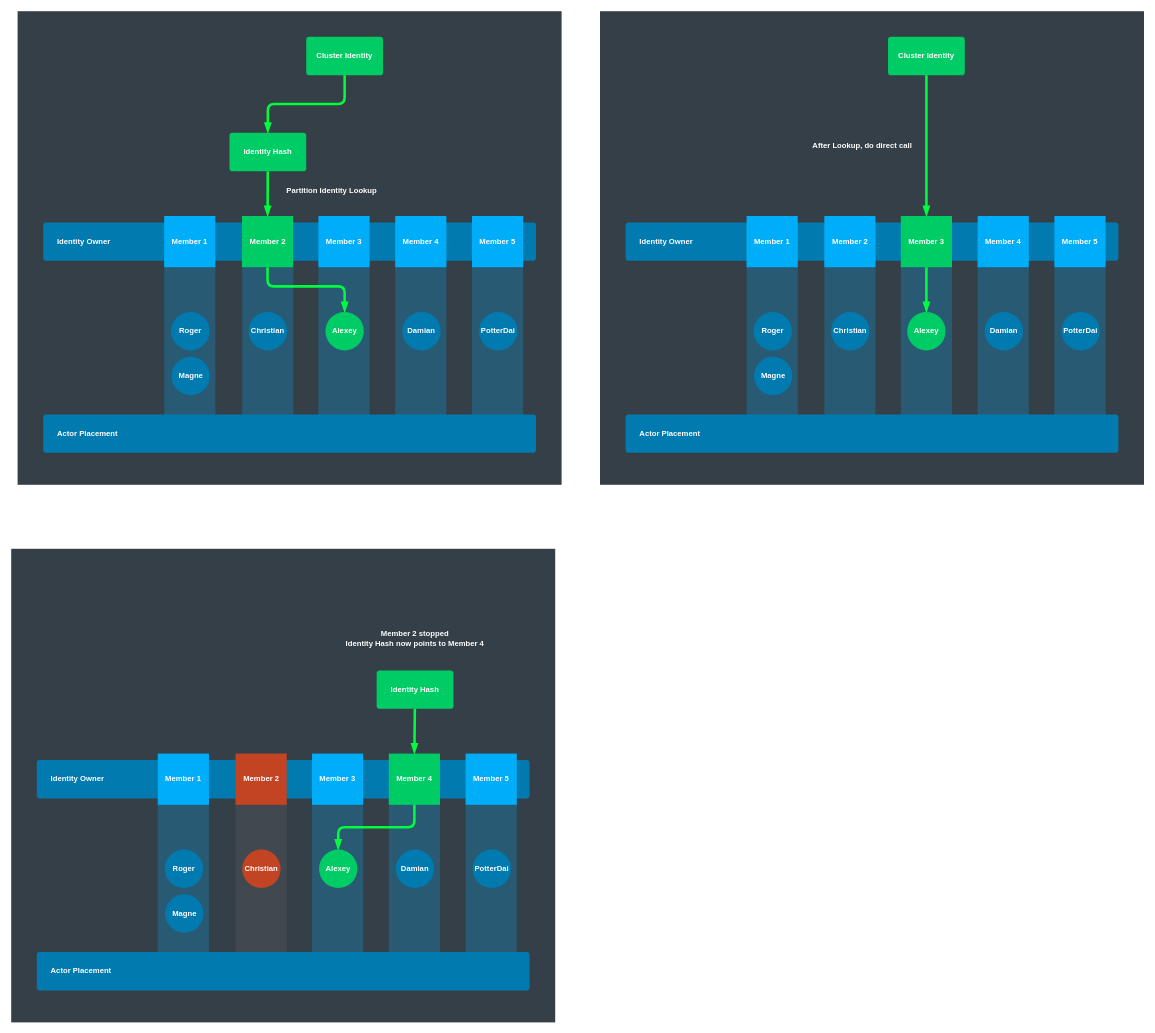
Before: page "Lookup" (10 of 13) of hugo/content/docs/cluster/intro/clusterintro.drawio in asynkron/protoactor-website, a draw.io diagram. Source tidied: cells renumbered, new cells numbered last; positions are measured from the earlier drawing's top-left corner, leaving out a move shared by most shapes. Both pictures are drawn from the tidied source at 64%, with x=0, y=0 at pixel (11, 11).
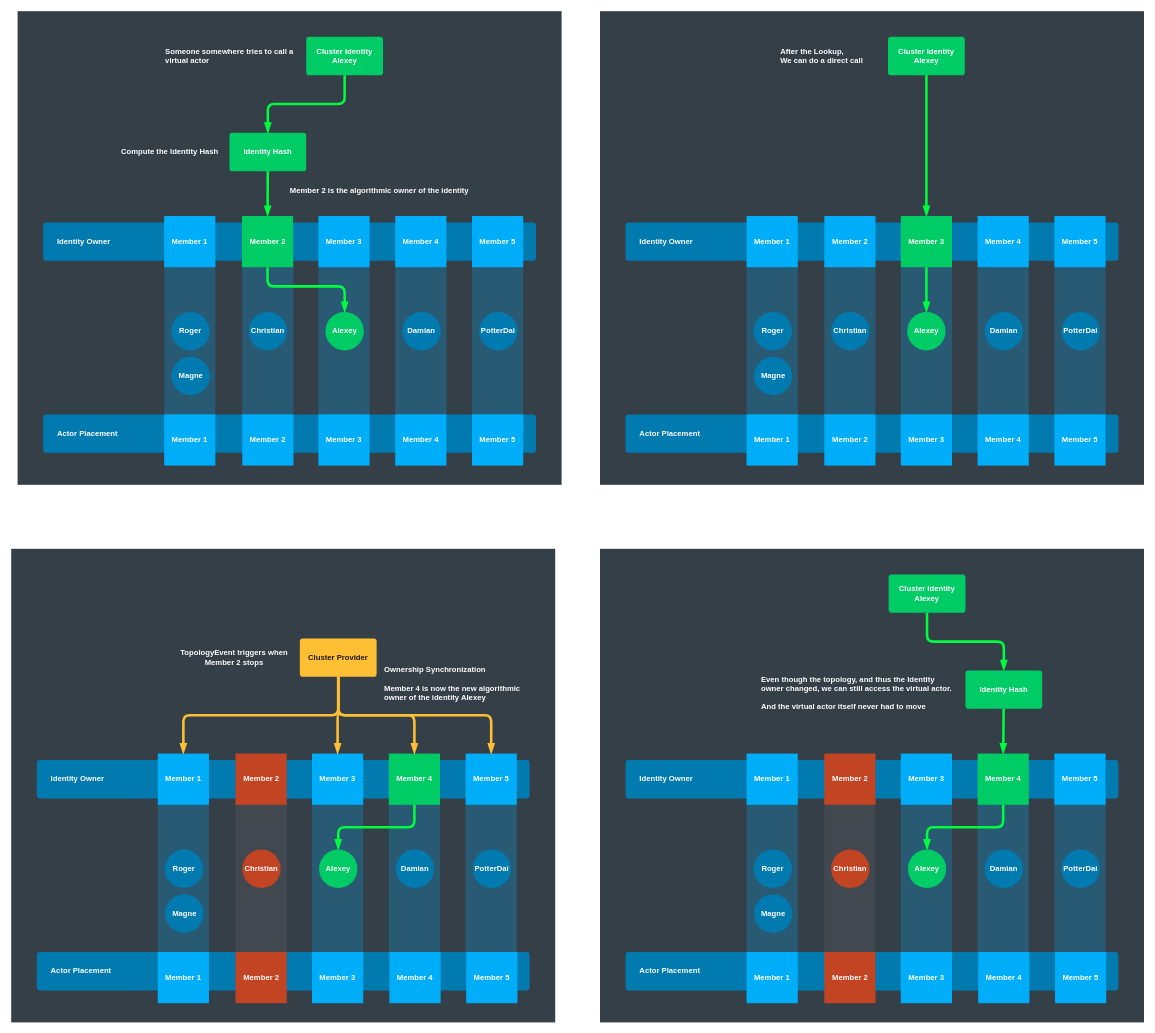
The same diagram, later.

Unchanged cells that the change refers to:
```xml
<mxCell id="58" value="Member 1" style="rounded=1;whiteSpace=wrap;html=1;strokeColor=none;fontStyle=1;fontColor=#FFFFFF;fillColor=#00ADF8;arcSize=0;" parent="1" vertex="1">
  <mxGeometry x="229" y="1160" width="80" height="80" as="geometry" />
</mxCell>
<mxCell id="59" value="Member 3" style="rounded=1;whiteSpace=wrap;html=1;strokeColor=none;fontStyle=1;fontColor=#FFFFFF;fillColor=#00ADF8;arcSize=0;" parent="1" vertex="1">
  <mxGeometry x="470" y="1160" width="80" height="80" as="geometry" />
</mxCell>
<mxCell id="61" value="&lt;span&gt;Member 4&lt;/span&gt;" style="rounded=1;whiteSpace=wrap;html=1;strokeColor=none;fontStyle=1;fontColor=#FFFFFF;arcSize=0;fillColor=#00CC66;" parent="1" vertex="1">
  <mxGeometry x="590" y="1160" width="80" height="80" as="geometry" />
</mxCell>
<mxCell id="62" value="Member 5" style="rounded=1;whiteSpace=wrap;html=1;strokeColor=none;fontStyle=1;fontColor=#FFFFFF;fillColor=#00ADF8;arcSize=0;" parent="1" vertex="1">
  <mxGeometry x="710" y="1160" width="80" height="80" as="geometry" />
</mxCell>
```

The edit, as a diff of the source:
```diff
@@
-    <mxCell id="24" value="Cluster Identity" style="rounded=1;whiteSpace=wrap;html=1;fontStyle=1;strokeColor=none;fontColor=#FFFFFF;arcSize=8;fillColor=#00CC66;perimeterSpacing=0;" parent="1" vertex="1">
+    <mxCell id="24" value="Cluster Identity&lt;br&gt;Alexey" style="rounded=1;whiteSpace=wrap;html=1;fontStyle=1;strokeColor=none;fontColor=#FFFFFF;arcSize=8;fillColor=#00CC66;perimeterSpacing=0;" parent="1" vertex="1">
       <mxGeometry x="461" y="40" width="120" height="60" as="geometry" />
     </mxCell>
@@
-    <mxCell id="26" value="Partition Identity Lookup" style="text;html=1;strokeColor=none;fillColor=none;align=center;verticalAlign=middle;whiteSpace=wrap;rounded=0;fontColor=#FFFFFF;fontStyle=1;" parent="1" vertex="1">
-      <mxGeometry x="421" y="270" width="160" height="20" as="geometry" />
+    <mxCell id="26" value="Member 2 is the algorithmic owner of the identity" style="text;html=1;strokeColor=none;fillColor=none;align=center;verticalAlign=middle;whiteSpace=wrap;rounded=0;fontColor=#FFFFFF;fontStyle=1;" parent="1" vertex="1">
+      <mxGeometry x="421" y="270" width="309" height="20" as="geometry" />
     </mxCell>
@@
-    <mxCell id="47" value="Cluster Identity" style="rounded=1;whiteSpace=wrap;html=1;fontStyle=1;strokeColor=none;fontColor=#FFFFFF;arcSize=8;fillColor=#00CC66;perimeterSpacing=0;" parent="1" vertex="1">
+    <mxCell id="47" value="Cluster Identity&lt;br&gt;Alexey" style="rounded=1;whiteSpace=wrap;html=1;fontStyle=1;strokeColor=none;fontColor=#FFFFFF;arcSize=8;fillColor=#00CC66;perimeterSpacing=0;" parent="1" vertex="1">
       <mxGeometry x="1370" y="40" width="120" height="60" as="geometry" />
     </mxCell>
@@
-    <mxCell id="49" value="After Lookup, do direct call" style="text;html=1;strokeColor=none;fillColor=none;align=center;verticalAlign=middle;whiteSpace=wrap;rounded=0;fontColor=#FFFFFF;fontStyle=1;" parent="1" vertex="1">
-      <mxGeometry x="1250" y="200" width="160" height="20" as="geometry" />
+    <mxCell id="49" value="After the Lookup, &lt;br&gt;We can do a direct call" style="text;html=1;strokeColor=none;fillColor=none;align=left;verticalAlign=middle;whiteSpace=wrap;rounded=0;fontColor=#FFFFFF;fontStyle=1;" parent="1" vertex="1">
+      <mxGeometry x="1200" y="55" width="150.5" height="30" as="geometry" />
     </mxCell>
@@
     <mxCell id="51" style="rounded=1;whiteSpace=wrap;html=1;strokeColor=none;fontStyle=1;fontColor=#FFFFFF;fillColor=#00ADF8;arcSize=0;fillOpacity=25;" parent="1" vertex="1">
-      <mxGeometry x="229" y="1220" width="80" height="270" as="geometry" />
+      <mxGeometry x="229" y="1220" width="80" height="320" as="geometry" />
     </mxCell>
     <mxCell id="52" style="rounded=1;whiteSpace=wrap;html=1;strokeColor=none;fontStyle=1;fontColor=#FFFFFF;arcSize=0;fillOpacity=25;fillColor=#666666;" parent="1" vertex="1">
-      <mxGeometry x="350.5" y="1230" width="80" height="270" as="geometry" />
+      <mxGeometry x="350.5" y="1230" width="80" height="310" as="geometry" />
     </mxCell>
     <mxCell id="53" style="rounded=1;whiteSpace=wrap;html=1;strokeColor=none;fontStyle=1;fontColor=#FFFFFF;fillColor=#00ADF8;arcSize=0;fillOpacity=25;" parent="1" vertex="1">
-      <mxGeometry x="470" y="1205" width="80" height="270" as="geometry" />
+      <mxGeometry x="470" y="1205" width="80" height="335" as="geometry" />
     </mxCell>
     <mxCell id="54" style="rounded=1;whiteSpace=wrap;html=1;strokeColor=none;fontStyle=1;fontColor=#FFFFFF;fillColor=#00ADF8;arcSize=0;fillOpacity=25;" parent="1" vertex="1">
-      <mxGeometry x="590" y="1205" width="80" height="270" as="geometry" />
+      <mxGeometry x="590" y="1205" width="80" height="335" as="geometry" />
     </mxCell>
     <mxCell id="55" style="rounded=1;whiteSpace=wrap;html=1;strokeColor=none;fontStyle=1;fontColor=#FFFFFF;fillColor=#00ADF8;arcSize=0;fillOpacity=25;" parent="1" vertex="1">
-      <mxGeometry x="710" y="1220" width="80" height="270" as="geometry" />
+      <mxGeometry x="710" y="1220" width="80" height="320" as="geometry" />
     </mxCell>
@@
-    <mxCell id="69" style="rounded=1;sketch=0;jettySize=auto;html=1;shadow=0;endArrow=blockThin;endFill=1;strokeColor=#00FC3F;strokeWidth=4;fontColor=#FFFFFF;jumpStyle=none;entryX=0.5;entryY=0;entryDx=0;entryDy=0;" parent="1" edge="1" source="70" target="61">
-      <mxGeometry relative="1" as="geometry" />
-    </mxCell>
-    <mxCell id="70" value="Identity Hash" style="rounded=1;whiteSpace=wrap;html=1;fontStyle=1;strokeColor=none;fontColor=#FFFFFF;arcSize=8;fillColor=#00CC66;perimeterSpacing=0;" parent="1" vertex="1">
-      <mxGeometry x="571" y="1030" width="120" height="60" as="geometry" />
-    </mxCell>
@@
-    <mxCell id="72" value="Member 2 stopped&lt;br&gt;Identity Hash now points to Member 4" style="text;html=1;strokeColor=none;fillColor=none;align=center;verticalAlign=middle;whiteSpace=wrap;rounded=0;fontColor=#FFFFFF;fontStyle=1;" parent="1" vertex="1">
-      <mxGeometry x="511" y="970" width="240" height="20" as="geometry" />
+    <mxCell id="72" value="TopologyEvent triggers when Member 2 stops" style="text;html=1;strokeColor=none;fillColor=none;align=center;verticalAlign=middle;whiteSpace=wrap;rounded=0;fontColor=#FFFFFF;fontStyle=1;" parent="1" vertex="1">
+      <mxGeometry x="251.8" y="1000" width="193" height="20" as="geometry" />
     </mxCell>
+    <mxCell id="73" value="Member 1" style="rounded=1;whiteSpace=wrap;html=1;strokeColor=none;fontStyle=1;fontColor=#FFFFFF;fillColor=#00ADF8;arcSize=0;" parent="1" vertex="1">
+      <mxGeometry x="229" y="1470" width="80" height="80" as="geometry" />
+    </mxCell>
+    <mxCell id="74" value="Member 2" style="rounded=1;whiteSpace=wrap;html=1;fontStyle=1;fontColor=#FFFFFF;arcSize=0;strokeWidth=7;strokeColor=none;perimeterSpacing=0;fillColor=#C34423;" parent="1" vertex="1">
+      <mxGeometry x="350.5" y="1470" width="80" height="80" as="geometry" />
+    </mxCell>
+    <mxCell id="75" value="Member 3" style="rounded=1;whiteSpace=wrap;html=1;strokeColor=none;fontStyle=1;fontColor=#FFFFFF;fillColor=#00ADF8;arcSize=0;" parent="1" vertex="1">
+      <mxGeometry x="470" y="1470" width="80" height="80" as="geometry" />
+    </mxCell>
+    <mxCell id="76" value="&lt;span&gt;Member 4&lt;/span&gt;" style="rounded=1;whiteSpace=wrap;html=1;strokeColor=none;fontStyle=1;fontColor=#FFFFFF;arcSize=0;fillColor=#00ADF8;" parent="1" vertex="1">
+      <mxGeometry x="591" y="1470" width="80" height="80" as="geometry" />
+    </mxCell>
+    <mxCell id="77" value="Member 5" style="rounded=1;whiteSpace=wrap;html=1;strokeColor=none;fontStyle=1;fontColor=#FFFFFF;fillColor=#00ADF8;arcSize=0;" parent="1" vertex="1">
+      <mxGeometry x="711" y="1470" width="80" height="80" as="geometry" />
+    </mxCell>
+    <mxCell id="78" value="Member 1" style="rounded=1;whiteSpace=wrap;html=1;strokeColor=none;fontStyle=1;fontColor=#FFFFFF;fillColor=#00ADF8;arcSize=0;" parent="1" vertex="1">
+      <mxGeometry x="239" y="630" width="80" height="80" as="geometry" />
+    </mxCell>
+    <mxCell id="79" value="Member 2" style="rounded=1;whiteSpace=wrap;html=1;strokeColor=none;fontStyle=1;fontColor=#FFFFFF;fillColor=#00ADF8;arcSize=0;" parent="1" vertex="1">
+      <mxGeometry x="361" y="630" width="80" height="80" as="geometry" />
+    </mxCell>
+    <mxCell id="80" value="Member 3" style="rounded=1;whiteSpace=wrap;html=1;strokeColor=none;fontStyle=1;fontColor=#FFFFFF;fillColor=#00ADF8;arcSize=0;" parent="1" vertex="1">
+      <mxGeometry x="480" y="630" width="80" height="80" as="geometry" />
+    </mxCell>
+    <mxCell id="81" value="&lt;span&gt;Member 4&lt;/span&gt;" style="rounded=1;whiteSpace=wrap;html=1;strokeColor=none;fontStyle=1;fontColor=#FFFFFF;fillColor=#00ADF8;arcSize=0;" parent="1" vertex="1">
+      <mxGeometry x="600" y="630" width="80" height="80" as="geometry" />
+    </mxCell>
+    <mxCell id="82" value="Member 5" style="rounded=1;whiteSpace=wrap;html=1;strokeColor=none;fontStyle=1;fontColor=#FFFFFF;fillColor=#00ADF8;arcSize=0;" parent="1" vertex="1">
+      <mxGeometry x="720" y="630" width="80" height="80" as="geometry" />
+    </mxCell>
+    <mxCell id="83" value="Member 1" style="rounded=1;whiteSpace=wrap;html=1;strokeColor=none;fontStyle=1;fontColor=#FFFFFF;fillColor=#00ADF8;arcSize=0;" parent="1" vertex="1">
+      <mxGeometry x="1149" y="630" width="80" height="80" as="geometry" />
+    </mxCell>
+    <mxCell id="84" value="Member 2" style="rounded=1;whiteSpace=wrap;html=1;strokeColor=none;fontStyle=1;fontColor=#FFFFFF;fillColor=#00ADF8;arcSize=0;" parent="1" vertex="1">
+      <mxGeometry x="1270.5" y="630" width="80" height="80" as="geometry" />
+    </mxCell>
+    <mxCell id="85" value="Member 3" style="rounded=1;whiteSpace=wrap;html=1;strokeColor=none;fontStyle=1;fontColor=#FFFFFF;fillColor=#00ADF8;arcSize=0;" parent="1" vertex="1">
+      <mxGeometry x="1390" y="630" width="80" height="80" as="geometry" />
+    </mxCell>
+    <mxCell id="86" value="&lt;span&gt;Member 4&lt;/span&gt;" style="rounded=1;whiteSpace=wrap;html=1;strokeColor=none;fontStyle=1;fontColor=#FFFFFF;fillColor=#00ADF8;arcSize=0;" parent="1" vertex="1">
+      <mxGeometry x="1510" y="630" width="80" height="80" as="geometry" />
+    </mxCell>
+    <mxCell id="87" value="Member 5" style="rounded=1;whiteSpace=wrap;html=1;strokeColor=none;fontStyle=1;fontColor=#FFFFFF;fillColor=#00ADF8;arcSize=0;" parent="1" vertex="1">
+      <mxGeometry x="1630" y="630" width="80" height="80" as="geometry" />
+    </mxCell>
+    <mxCell id="88" style="rounded=0;whiteSpace=wrap;html=1;fontColor=#FFFFFF;strokeColor=none;fillColor=#353F48;" parent="1" vertex="1">
+      <mxGeometry x="920" y="840" width="850" height="740" as="geometry" />
+    </mxCell>
+    <mxCell id="89" style="rounded=1;whiteSpace=wrap;html=1;strokeColor=none;fontStyle=1;fontColor=#FFFFFF;fillColor=#00ADF8;arcSize=0;fillOpacity=25;" parent="1" vertex="1">
+      <mxGeometry x="1149" y="1220" width="80" height="320" as="geometry" />
+    </mxCell>
+    <mxCell id="90" style="rounded=1;whiteSpace=wrap;html=1;strokeColor=none;fontStyle=1;fontColor=#FFFFFF;arcSize=0;fillOpacity=25;fillColor=#666666;" parent="1" vertex="1">
+      <mxGeometry x="1270.5" y="1230" width="80" height="310" as="geometry" />
+    </mxCell>
+    <mxCell id="91" style="rounded=1;whiteSpace=wrap;html=1;strokeColor=none;fontStyle=1;fontColor=#FFFFFF;fillColor=#00ADF8;arcSize=0;fillOpacity=25;" parent="1" vertex="1">
+      <mxGeometry x="1390" y="1205" width="80" height="335" as="geometry" />
+    </mxCell>
+    <mxCell id="92" style="rounded=1;whiteSpace=wrap;html=1;strokeColor=none;fontStyle=1;fontColor=#FFFFFF;fillColor=#00ADF8;arcSize=0;fillOpacity=25;" parent="1" vertex="1">
+      <mxGeometry x="1510" y="1205" width="80" height="335" as="geometry" />
+    </mxCell>
+    <mxCell id="93" style="rounded=1;whiteSpace=wrap;html=1;strokeColor=none;fontStyle=1;fontColor=#FFFFFF;fillColor=#00ADF8;arcSize=0;fillOpacity=25;" parent="1" vertex="1">
+      <mxGeometry x="1630" y="1220" width="80" height="320" as="geometry" />
+    </mxCell>
+    <mxCell id="94" value="Actor Placement" style="rounded=1;whiteSpace=wrap;html=1;fontStyle=1;strokeColor=none;fontColor=#FFFFFF;fillColor=#007AAF;arcSize=8;align=left;spacingLeft=20;" parent="1" vertex="1">
+      <mxGeometry x="960" y="1470" width="770" height="60" as="geometry" />
+    </mxCell>
+    <mxCell id="95" value="Identity Owner" style="rounded=1;whiteSpace=wrap;html=1;fontStyle=1;strokeColor=none;fontColor=#FFFFFF;fillColor=#007AAF;arcSize=8;align=left;spacingLeft=20;" parent="1" vertex="1">
+      <mxGeometry x="960" y="1170" width="770" height="60" as="geometry" />
+    </mxCell>
+    <mxCell id="96" value="Member 1" style="rounded=1;whiteSpace=wrap;html=1;strokeColor=none;fontStyle=1;fontColor=#FFFFFF;fillColor=#00ADF8;arcSize=0;" parent="1" vertex="1">
+      <mxGeometry x="1149" y="1160" width="80" height="80" as="geometry" />
+    </mxCell>
+    <mxCell id="97" value="Member 3" style="rounded=1;whiteSpace=wrap;html=1;strokeColor=none;fontStyle=1;fontColor=#FFFFFF;fillColor=#00ADF8;arcSize=0;" parent="1" vertex="1">
+      <mxGeometry x="1390" y="1160" width="80" height="80" as="geometry" />
+    </mxCell>
+    <mxCell id="98" style="edgeStyle=orthogonalEdgeStyle;rounded=1;sketch=0;jumpStyle=none;jettySize=auto;html=1;exitX=0.5;exitY=1;exitDx=0;exitDy=0;entryX=0.5;entryY=0;entryDx=0;entryDy=0;shadow=0;endArrow=blockThin;endFill=1;strokeColor=#00FC3F;strokeWidth=4;fontColor=#FFFFFF;" parent="1" edge="1" source="99" target="103">
+      <mxGeometry relative="1" as="geometry" />
+    </mxCell>
+    <mxCell id="99" value="&lt;span&gt;Member 4&lt;/span&gt;" style="rounded=1;whiteSpace=wrap;html=1;strokeColor=none;fontStyle=1;fontColor=#FFFFFF;arcSize=0;fillColor=#00CC66;" parent="1" vertex="1">
+      <mxGeometry x="1510" y="1160" width="80" height="80" as="geometry" />
+    </mxCell>
+    <mxCell id="100" value="Member 5" style="rounded=1;whiteSpace=wrap;html=1;strokeColor=none;fontStyle=1;fontColor=#FFFFFF;fillColor=#00ADF8;arcSize=0;" parent="1" vertex="1">
+      <mxGeometry x="1630" y="1160" width="80" height="80" as="geometry" />
+    </mxCell>
+    <mxCell id="101" value="Roger" style="ellipse;whiteSpace=wrap;html=1;strokeWidth=3;fontColor=#FFFFFF;fontStyle=1;strokeColor=none;fillColor=#007AAF;perimeterSpacing=10;" parent="1" vertex="1">
+      <mxGeometry x="1160" y="1310" width="60" height="60" as="geometry" />
+    </mxCell>
+    <mxCell id="102" value="Magne" style="ellipse;whiteSpace=wrap;html=1;strokeWidth=3;fontColor=#FFFFFF;fontStyle=1;strokeColor=none;fillColor=#007AAF;perimeterSpacing=10;" parent="1" vertex="1">
+      <mxGeometry x="1160.5" y="1380" width="60" height="60" as="geometry" />
+    </mxCell>
+    <mxCell id="103" value="Alexey" style="ellipse;whiteSpace=wrap;html=1;strokeWidth=3;fontColor=#FFFFFF;fontStyle=1;strokeColor=none;perimeterSpacing=0;fillColor=#00CC66;" parent="1" vertex="1">
+      <mxGeometry x="1401" y="1310" width="60" height="60" as="geometry" />
+    </mxCell>
+    <mxCell id="104" value="Christian" style="ellipse;whiteSpace=wrap;html=1;strokeWidth=3;fontColor=#FFFFFF;fontStyle=1;strokeColor=none;perimeterSpacing=10;fillColor=#C34423;fillOpacity=100;" parent="1" vertex="1">
+      <mxGeometry x="1281" y="1310" width="60" height="60" as="geometry" />
+    </mxCell>
+    <mxCell id="105" value="Damian" style="ellipse;whiteSpace=wrap;html=1;strokeWidth=3;fontColor=#FFFFFF;fontStyle=1;strokeColor=none;fillColor=#007AAF;perimeterSpacing=10;" parent="1" vertex="1">
+      <mxGeometry x="1521" y="1310" width="60" height="60" as="geometry" />
+    </mxCell>
+    <mxCell id="106" value="PotterDai" style="ellipse;whiteSpace=wrap;html=1;strokeWidth=3;fontColor=#FFFFFF;fontStyle=1;strokeColor=none;fillColor=#007AAF;perimeterSpacing=10;" parent="1" vertex="1">
+      <mxGeometry x="1641" y="1310" width="60" height="60" as="geometry" />
+    </mxCell>
+    <mxCell id="107" style="rounded=1;sketch=0;jettySize=auto;html=1;shadow=0;endArrow=blockThin;endFill=1;strokeColor=#00FC3F;strokeWidth=4;fontColor=#FFFFFF;jumpStyle=none;entryX=0.5;entryY=0;entryDx=0;entryDy=0;" parent="1" edge="1" source="70" target="99">
+      <mxGeometry relative="1" as="geometry" />
+    </mxCell>
+    <mxCell id="70" value="Identity Hash" style="rounded=1;whiteSpace=wrap;html=1;fontStyle=1;strokeColor=none;fontColor=#FFFFFF;arcSize=8;fillColor=#00CC66;perimeterSpacing=0;" parent="1" vertex="1">
+      <mxGeometry x="1491" y="1030" width="120" height="60" as="geometry" />
+    </mxCell>
+    <mxCell id="108" value="Member 2" style="rounded=1;whiteSpace=wrap;html=1;fontStyle=1;fontColor=#FFFFFF;arcSize=0;strokeWidth=7;strokeColor=none;perimeterSpacing=0;fillColor=#C34423;" parent="1" vertex="1">
+      <mxGeometry x="1270.5" y="1160" width="80" height="80" as="geometry" />
+    </mxCell>
+    <mxCell id="109" value="Member 1" style="rounded=1;whiteSpace=wrap;html=1;strokeColor=none;fontStyle=1;fontColor=#FFFFFF;fillColor=#00ADF8;arcSize=0;" parent="1" vertex="1">
+      <mxGeometry x="1149" y="1470" width="80" height="80" as="geometry" />
+    </mxCell>
+    <mxCell id="110" value="Member 2" style="rounded=1;whiteSpace=wrap;html=1;fontStyle=1;fontColor=#FFFFFF;arcSize=0;strokeWidth=7;strokeColor=none;perimeterSpacing=0;fillColor=#C34423;" parent="1" vertex="1">
+      <mxGeometry x="1270.5" y="1470" width="80" height="80" as="geometry" />
+    </mxCell>
+    <mxCell id="111" value="Member 3" style="rounded=1;whiteSpace=wrap;html=1;strokeColor=none;fontStyle=1;fontColor=#FFFFFF;fillColor=#00ADF8;arcSize=0;" parent="1" vertex="1">
+      <mxGeometry x="1390" y="1470" width="80" height="80" as="geometry" />
+    </mxCell>
+    <mxCell id="112" value="&lt;span&gt;Member 4&lt;/span&gt;" style="rounded=1;whiteSpace=wrap;html=1;strokeColor=none;fontStyle=1;fontColor=#FFFFFF;arcSize=0;fillColor=#00ADF8;" parent="1" vertex="1">
+      <mxGeometry x="1511" y="1470" width="80" height="80" as="geometry" />
+    </mxCell>
+    <mxCell id="113" value="Member 5" style="rounded=1;whiteSpace=wrap;html=1;strokeColor=none;fontStyle=1;fontColor=#FFFFFF;fillColor=#00ADF8;arcSize=0;" parent="1" vertex="1">
+      <mxGeometry x="1631" y="1470" width="80" height="80" as="geometry" />
+    </mxCell>
+    <mxCell id="114" style="edgeStyle=orthogonalEdgeStyle;rounded=1;sketch=0;jumpStyle=none;jettySize=auto;html=1;exitX=0.5;exitY=1;exitDx=0;exitDy=0;entryX=0.5;entryY=0;entryDx=0;entryDy=0;shadow=0;endArrow=blockThin;endFill=1;strokeColor=#00FC3F;strokeWidth=4;fontColor=#FFFFFF;" parent="1" edge="1" source="115" target="70">
+      <mxGeometry relative="1" as="geometry" />
+    </mxCell>
+    <mxCell id="115" value="Cluster Identity&lt;br&gt;Alexey" style="rounded=1;whiteSpace=wrap;html=1;fontStyle=1;strokeColor=none;fontColor=#FFFFFF;arcSize=8;fillColor=#00CC66;perimeterSpacing=0;" parent="1" vertex="1">
+      <mxGeometry x="1371" y="880" width="120" height="60" as="geometry" />
+    </mxCell>
+    <mxCell id="116" style="edgeStyle=orthogonalEdgeStyle;rounded=1;sketch=0;jumpStyle=none;jettySize=auto;html=1;exitX=0.5;exitY=1;exitDx=0;exitDy=0;entryX=0.5;entryY=0;entryDx=0;entryDy=0;shadow=0;endArrow=blockThin;endFill=1;strokeWidth=4;fontColor=#FFFFFF;strokeColor=#FFBF34;" parent="1" edge="1" source="120" target="58">
+      <mxGeometry relative="1" as="geometry" />
+    </mxCell>
+    <mxCell id="117" style="edgeStyle=orthogonalEdgeStyle;rounded=1;sketch=0;jumpStyle=none;jettySize=auto;html=1;exitX=0.5;exitY=1;exitDx=0;exitDy=0;entryX=0.5;entryY=0;entryDx=0;entryDy=0;shadow=0;endArrow=blockThin;endFill=1;strokeWidth=4;fontColor=#FFFFFF;strokeColor=#FFBF34;" parent="1" edge="1" source="120" target="59">
+      <mxGeometry relative="1" as="geometry" />
+    </mxCell>
+    <mxCell id="118" style="edgeStyle=orthogonalEdgeStyle;rounded=1;sketch=0;jumpStyle=none;jettySize=auto;html=1;exitX=0.5;exitY=1;exitDx=0;exitDy=0;entryX=0.5;entryY=0;entryDx=0;entryDy=0;shadow=0;endArrow=blockThin;endFill=1;strokeWidth=4;fontColor=#FFFFFF;strokeColor=#FFBF34;" parent="1" edge="1" source="120" target="61">
+      <mxGeometry relative="1" as="geometry" />
+    </mxCell>
+    <mxCell id="119" style="edgeStyle=orthogonalEdgeStyle;rounded=1;sketch=0;jumpStyle=none;jettySize=auto;html=1;exitX=0.5;exitY=1;exitDx=0;exitDy=0;entryX=0.5;entryY=0;entryDx=0;entryDy=0;shadow=0;endArrow=blockThin;endFill=1;strokeWidth=4;fontColor=#FFFFFF;strokeColor=#FFBF34;" parent="1" edge="1" source="120" target="62">
+      <mxGeometry relative="1" as="geometry" />
+    </mxCell>
+    <mxCell id="120" value="Cluster Provider" style="rounded=1;whiteSpace=wrap;html=1;fontStyle=1;strokeColor=none;arcSize=8;perimeterSpacing=0;fillColor=#FFBF34;fontColor=#1A1A1A;" parent="1" vertex="1">
+      <mxGeometry x="451" y="980" width="120" height="60" as="geometry" />
+    </mxCell>
+    <mxCell id="121" value="Ownership Synchronization&lt;br&gt;&lt;br&gt;Member 4 is now the new algorithmic owner of the identity Alexey" style="text;html=1;strokeColor=none;fillColor=none;align=left;verticalAlign=middle;whiteSpace=wrap;rounded=0;fontColor=#FFFFFF;fontStyle=1;" parent="1" vertex="1">
+      <mxGeometry x="581" y="1020" width="219" height="60" as="geometry" />
+    </mxCell>
+    <mxCell id="122" value="Someone somewhere tries to call a virtual actor" style="text;html=1;strokeColor=none;fillColor=none;align=left;verticalAlign=middle;whiteSpace=wrap;rounded=0;fontColor=#FFFFFF;fontStyle=1;" parent="1" vertex="1">
+      <mxGeometry x="239" y="55" width="218.5" height="30" as="geometry" />
+    </mxCell>
+    <mxCell id="123" value="Compute the Identity Hash" style="text;html=1;strokeColor=none;fillColor=none;align=left;verticalAlign=middle;whiteSpace=wrap;rounded=0;fontColor=#FFFFFF;fontStyle=1;" parent="1" vertex="1">
+      <mxGeometry x="170" y="205" width="160" height="30" as="geometry" />
+    </mxCell>
+    <mxCell id="124" value="Even though the topology, and thus the Identity owner changed, we can still access the virtual actor.&lt;br&gt;&lt;br&gt;And the virtual actor itself never had to move" style="text;html=1;strokeColor=none;fillColor=none;align=left;verticalAlign=top;whiteSpace=wrap;rounded=0;fontColor=#FFFFFF;fontStyle=1;" parent="1" vertex="1">
+      <mxGeometry x="1170" y="1030" width="309" height="110" as="geometry" />
+    </mxCell>
```
